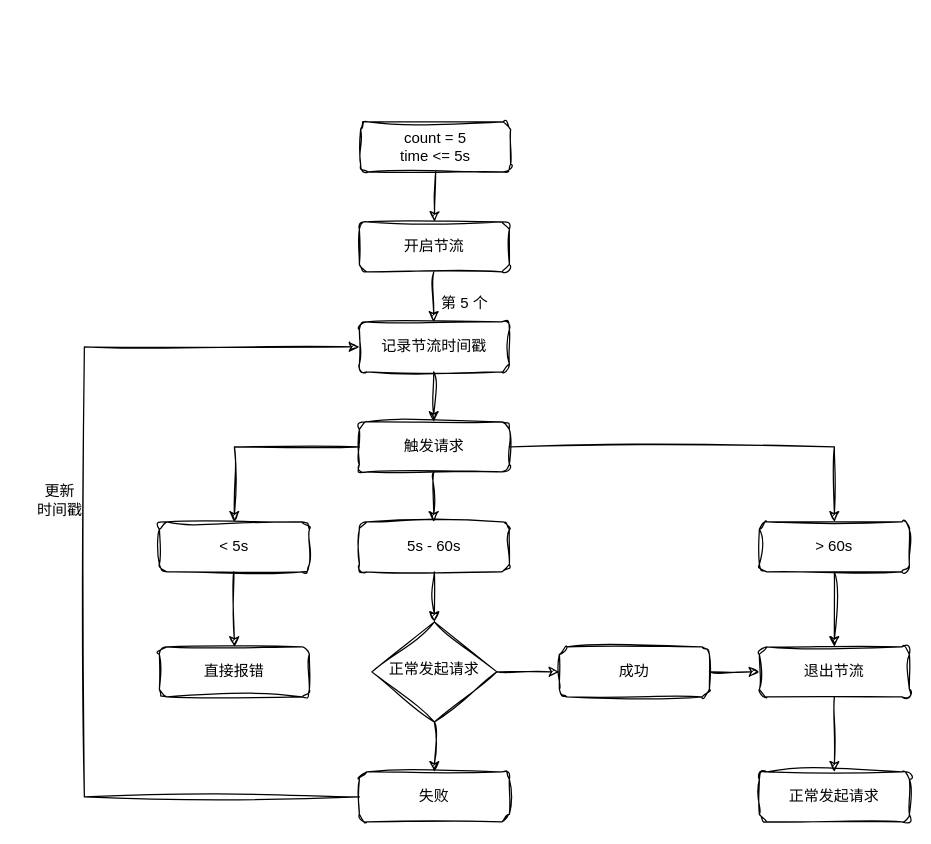
Above: 节流.drawio in fdd09/flow (draw.io), before the change. Source tidied: cells renumbered, new cells numbered last; positions are measured from the earlier drawing's top-left corner, leaving out a move shared by most shapes. Both pictures are drawn from the tidied source at 125%, with x=0, y=0 at pixel (21, 121).
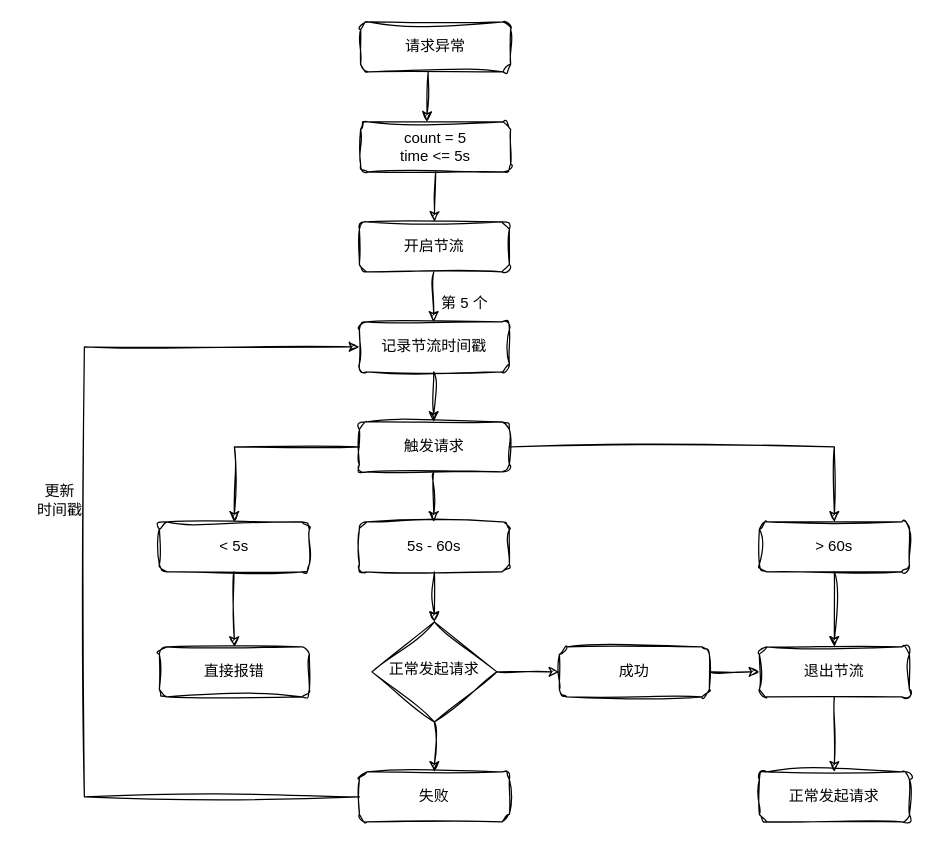
The same page after the edit.

Change to the diagram source:
```diff
@@
+    <mxCell id="31" value="请求异常" style="rounded=1;whiteSpace=wrap;html=1;fontSize=12;glass=0;strokeWidth=1;shadow=0;sketch=1;curveFitting=1;jiggle=2;" parent="1" vertex="1">
+      <mxGeometry x="271" y="-80" width="120" height="40" as="geometry" />
+    </mxCell>
+    <mxCell id="32" style="endArrow=classic;html=1;rounded=0;exitX=0.5;exitY=1;exitDx=0;exitDy=0;entryX=0.5;entryY=0;entryDx=0;entryDy=0;sketch=1;curveFitting=1;jiggle=2;" parent="1" edge="1">
+      <mxGeometry relative="1" as="geometry">
+        <mxPoint x="325" y="-40" as="sourcePoint" />
+        <mxPoint x="324" as="targetPoint" />
+      </mxGeometry>
+    </mxCell>
```
